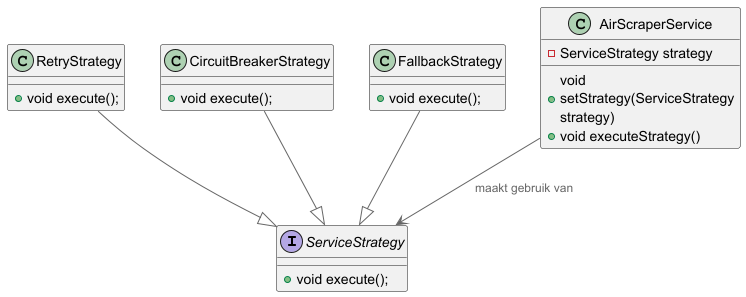
The PlantUML diagram C4_diagrammen/classDiagramStrategy.png in AIM-ENE-feb25/triptop-groep-b4, before a commit. Its diagram source:
```plantuml
@startuml
!include https://raw.githubusercontent.com/plantuml-stdlib/C4-PlantUML/master/C4_Component.puml

interface ServiceStrategy {
    + void execute();
}

class RetryStrategy {
    + void execute();
}

class CircuitBreakerStrategy {
    + void execute();
}

class FallbackStrategy {
    + void execute();
}

class AirScraperService {
    - ServiceStrategy strategy
    + void setStrategy(ServiceStrategy strategy)
    + void executeStrategy()
}

AirScraperService --> ServiceStrategy : maakt gebruik van
RetryStrategy --|> ServiceStrategy
CircuitBreakerStrategy --|> ServiceStrategy
FallbackStrategy --|> ServiceStrategy
@enduml
```
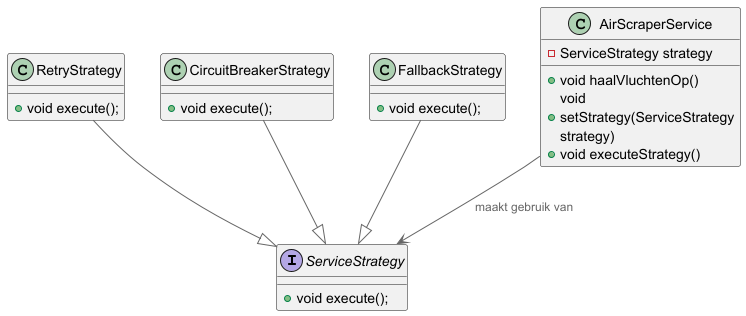
Later version of the same file.

Commit message:
Verbetering ADR 5

The edit, as a diff of the source:
```diff
@@ -19,6 +19,7 @@
 
 class AirScraperService {
     - ServiceStrategy strategy
+    + void haalVluchtenOp()
     + void setStrategy(ServiceStrategy strategy)
     + void executeStrategy()
 }
```
